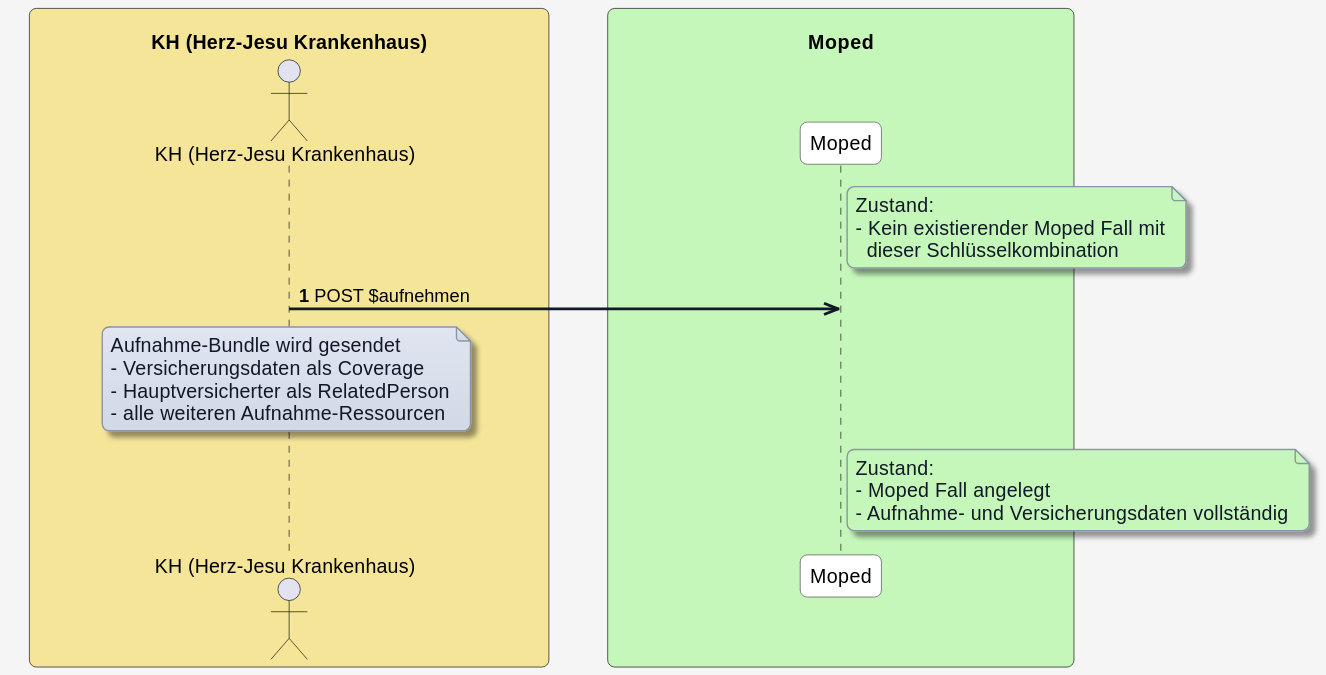
The PlantUML diagram r5-ELGA-MOPED-main/plantuml/moped-fall-aufnahme/aufnehmen-versicherungsdetails.svg in HL7Austria/hl7austria.github.io, before a commit.
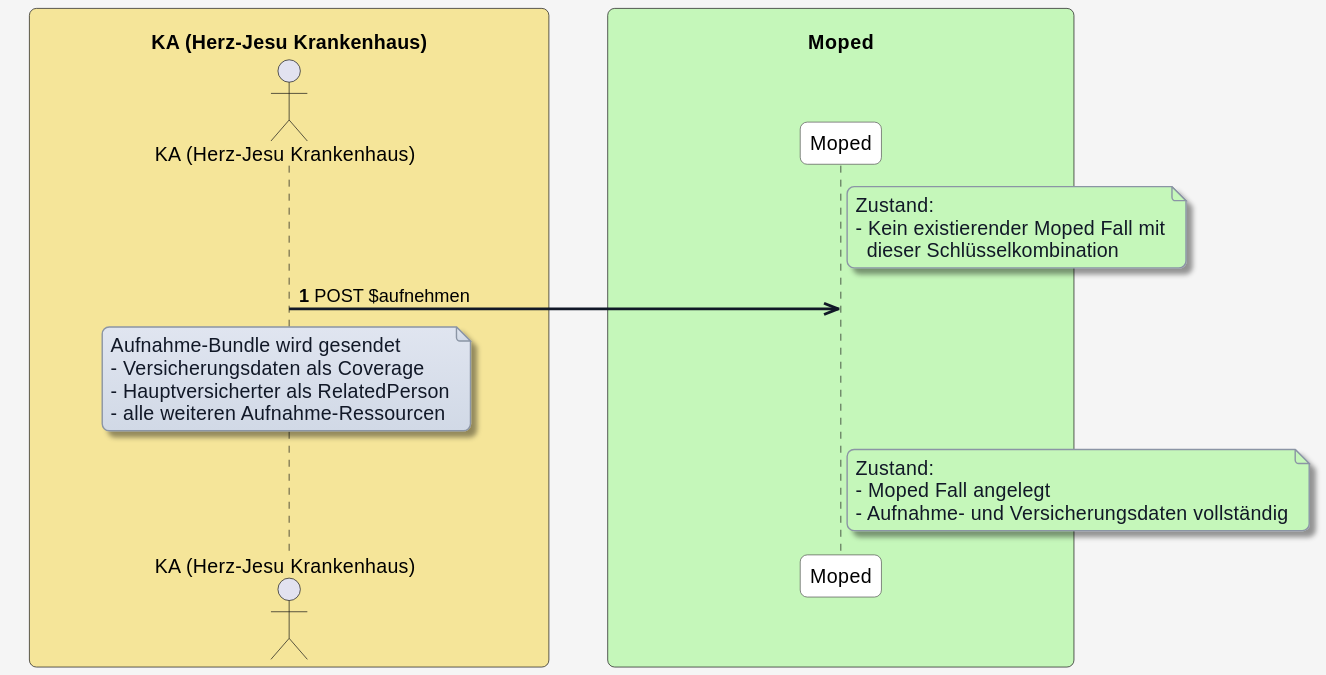
The same file after the commit.

Change to the diagram source:
```diff
@@ -61,13 +61,14 @@
 note over KH
 Aufnahme-Bundle wird gesendet
 - Versicherungsdaten als Coverage
-- Hauptversicherter als RelatedPerson
-- alle weiteren Aufnahme-Ressourcen
+- Hauptversicherter als ReleimPverion-r adle eitiere
+AufnahmeRnesourceon
 end note
 
 note right of MP #c5f7ba
 Zustand:
-- Moped Fall angelegt
-- Aufnahme- und Versicherungsdaten vollständig
+- Moped Fallangeleget
+-
+Aufnahme Bun- Versicherungsdatenvollständign
 end note
 @enduml
```
